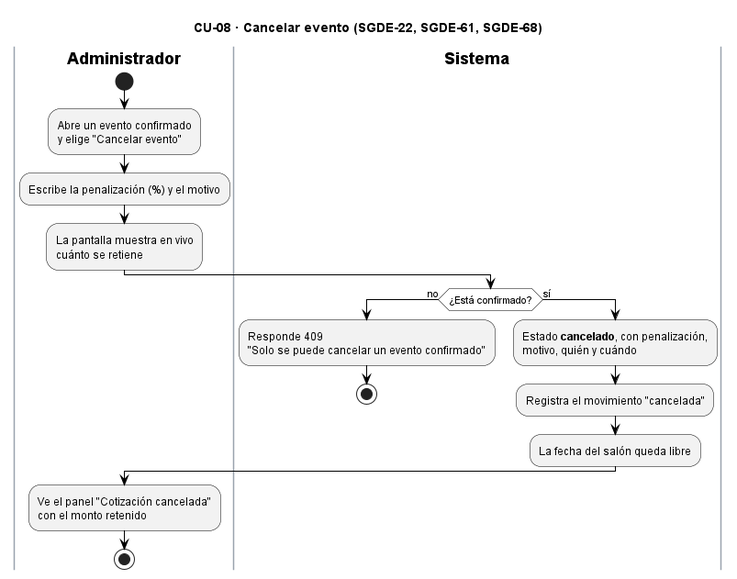
Above: docs/Diagrama de actividades/CU08_CancelarEvento.png in AndreCamx2/Gestion-De-Eventos (PlantUML), before the change.
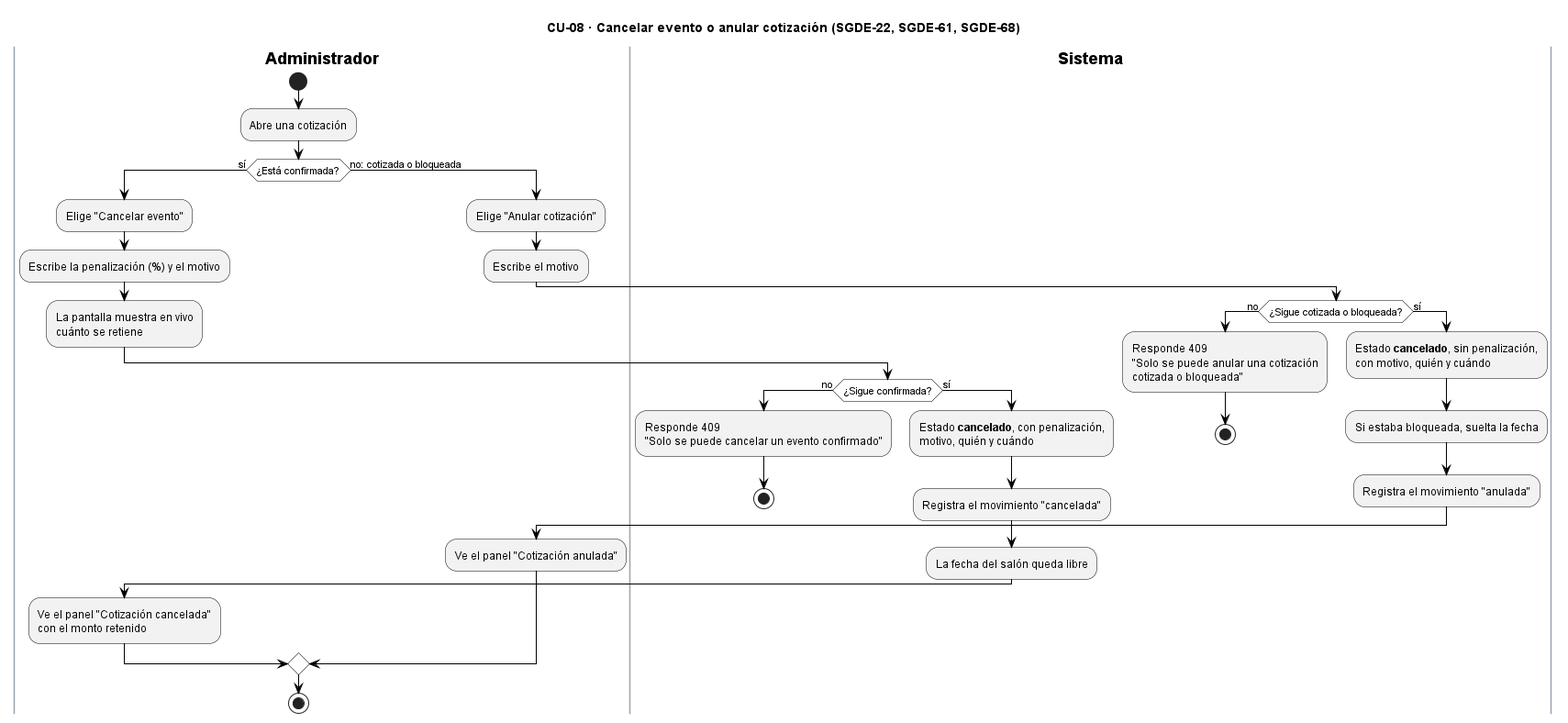
After the commit.

Diff of the diagram source:
```diff
@@ -1,5 +1,5 @@
 @startuml CU08_CancelarEvento
-title CU-08 · Cancelar evento (SGDE-22, SGDE-61, SGDE-68)
+title CU-08 · Cancelar evento o anular cotización (SGDE-22, SGDE-61, SGDE-68)
 skinparam backgroundColor white
 skinparam ActivityBackgroundColor #F2F2F2
 skinparam ActivityBorderColor black
@@ -15,24 +15,43 @@
 
 |Administrador|
 start
-:Abre un evento confirmado
-y elige "Cancelar evento";
-:Escribe la penalización (%) y el motivo;
-:La pantalla muestra en vivo
-cuánto se retiene;
-|Sistema|
-if (¿Está confirmado?) then (no)
-  :Responde 409
-  "Solo se puede cancelar un evento confirmado";
-  stop
-else (sí)
-  :Estado **cancelado**, con penalización,
-  motivo, quién y cuándo;
-  :Registra el movimiento "cancelada";
-  :La fecha del salón queda libre;
+:Abre una cotización;
+if (¿Está confirmada?) then (sí)
+  :Elige "Cancelar evento";
+  :Escribe la penalización (%) y el motivo;
+  :La pantalla muestra en vivo
+  cuánto se retiene;
+  |Sistema|
+  if (¿Sigue confirmada?) then (no)
+    :Responde 409
+    "Solo se puede cancelar un evento confirmado";
+    stop
+  else (sí)
+    :Estado **cancelado**, con penalización,
+    motivo, quién y cuándo;
+    :Registra el movimiento "cancelada";
+    :La fecha del salón queda libre;
+  endif
+  |Administrador|
+  :Ve el panel "Cotización cancelada"
+  con el monto retenido;
+else (no: cotizada o bloqueada)
+  :Elige "Anular cotización";
+  :Escribe el motivo;
+  |Sistema|
+  if (¿Sigue cotizada o bloqueada?) then (no)
+    :Responde 409
+    "Solo se puede anular una cotización
+    cotizada o bloqueada";
+    stop
+  else (sí)
+    :Estado **cancelado**, sin penalización,
+    con motivo, quién y cuándo;
+    :Si estaba bloqueada, suelta la fecha;
+    :Registra el movimiento "anulada";
+  endif
+  |Administrador|
+  :Ve el panel "Cotización anulada";
 endif
-|Administrador|
-:Ve el panel "Cotización cancelada"
-con el monto retenido;
 stop
 @enduml
```
